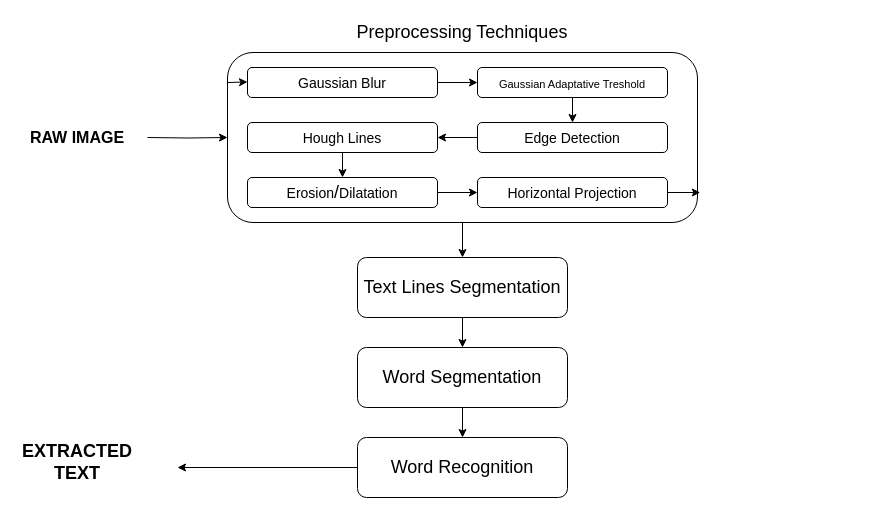
This is docs/diagram/diagram.drawio from Idalen/Leitor, a draw.io file, before an edit. Source tidied: cells renumbered, new cells numbered last; positions are measured from the earlier drawing's top-left corner, leaving out a move shared by most shapes. Both pictures are drawn from the tidied source at 100%, with x=0, y=0 at pixel (17, 17).
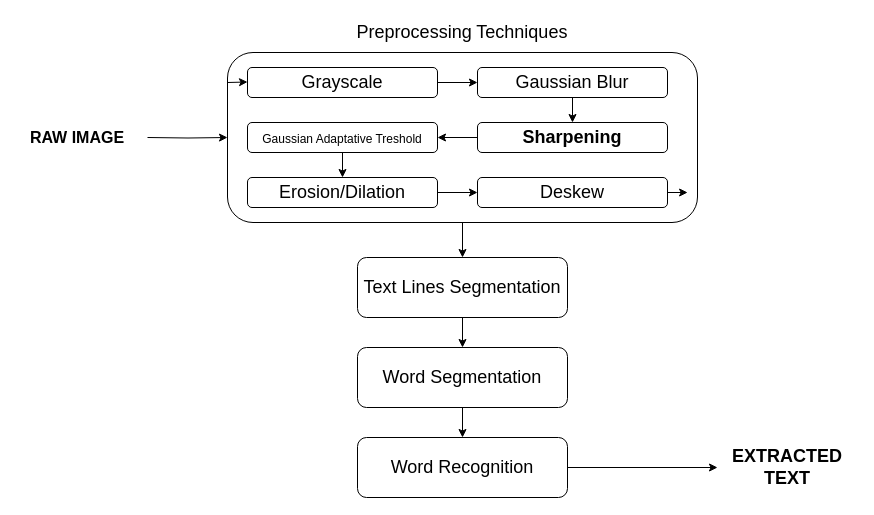
Above is the later version.

Unchanged cells that the change refers to:
```xml
<mxCell id="4" style="rounded=1;whiteSpace=wrap;html=1;fontSize=18;" parent="1" vertex="1">
  <mxGeometry x="210" y="35" width="470" height="170" as="geometry" />
</mxCell>
<mxCell id="25" value="&lt;font style=&quot;font-size: 18px;&quot;&gt;Word Recognition&lt;/font&gt;" style="rounded=1;whiteSpace=wrap;html=1;fontSize=14;" parent="1" vertex="1">
  <mxGeometry x="340" y="420" width="210" height="60" as="geometry" />
</mxCell>
```

Change to the diagram source:
```diff
@@
-    <mxCell id="7" value="&lt;font style=&quot;font-size: 14px;&quot;&gt;Gaussian Blur&lt;/font&gt;" style="rounded=1;whiteSpace=wrap;html=1;fontSize=18;" parent="1" vertex="1">
+    <mxCell id="7" value="Grayscale" style="rounded=1;whiteSpace=wrap;html=1;fontSize=18;" parent="1" vertex="1">
       <mxGeometry x="230" y="50" width="190" height="30" as="geometry" />
     </mxCell>
@@
-    <mxCell id="9" value="&lt;font style=&quot;font-size: 11px;&quot;&gt;Gaussian Adaptative Treshold&lt;/font&gt;" style="rounded=1;whiteSpace=wrap;html=1;fontSize=18;" parent="1" vertex="1">
+    <mxCell id="9" value="Gaussian Blur" style="rounded=1;whiteSpace=wrap;html=1;fontSize=18;" parent="1" vertex="1">
       <mxGeometry x="460" y="50" width="190" height="30" as="geometry" />
     </mxCell>
@@
-    <mxCell id="12" value="&lt;span style=&quot;font-weight: normal;&quot;&gt;&lt;font style=&quot;font-size: 14px;&quot;&gt;Edge Detection&lt;/font&gt;&lt;/span&gt;" style="rounded=1;whiteSpace=wrap;html=1;fontSize=18;fontStyle=1;" parent="1" vertex="1">
+    <mxCell id="12" value="Sharpening" style="rounded=1;whiteSpace=wrap;html=1;fontSize=18;fontStyle=1;" parent="1" vertex="1">
       <mxGeometry x="460" y="105" width="190" height="30" as="geometry" />
     </mxCell>
@@
-    <mxCell id="14" value="&lt;span style=&quot;font-weight: normal;&quot;&gt;&lt;font style=&quot;font-size: 14px;&quot;&gt;Hough Lines&lt;/font&gt;&lt;/span&gt;" style="rounded=1;whiteSpace=wrap;html=1;fontSize=18;fontStyle=1;" parent="1" vertex="1">
+    <mxCell id="14" value="&lt;font style=&quot;font-size: 12px;&quot;&gt;&lt;span style=&quot;font-weight: normal;&quot;&gt;Gaussian Adaptative Treshold&lt;/span&gt;&lt;/font&gt;" style="rounded=1;whiteSpace=wrap;html=1;fontSize=18;fontStyle=1;" parent="1" vertex="1">
       <mxGeometry x="230" y="105" width="190" height="30" as="geometry" />
     </mxCell>
-    <mxCell id="15" style="edgeStyle=orthogonalEdgeStyle;rounded=0;jettySize=auto;html=1;exitX=1;exitY=0.5;exitDx=0;exitDy=0;fontSize=14;" parent="1" edge="1" source="16" target="18">
-      <mxGeometry relative="1" as="geometry" />
-    </mxCell>
+    <mxCell id="28" style="edgeStyle=orthogonalEdgeStyle;rounded=0;jettySize=auto;html=1;exitX=1;exitY=0.5;exitDx=0;exitDy=0;fontSize=18;" parent="1" edge="1" source="16" target="31">
+      <mxGeometry relative="1" as="geometry" />
+    </mxCell>
-    <mxCell id="16" value="&lt;font style=&quot;font-size: 14px;&quot;&gt;Erosion&lt;/font&gt;/&lt;font style=&quot;font-size: 14px;&quot;&gt;Dilatation&lt;/font&gt;" style="rounded=1;whiteSpace=wrap;html=1;fontSize=18;" parent="1" vertex="1">
+    <mxCell id="16" value="Erosion/Dilation" style="rounded=1;whiteSpace=wrap;html=1;fontSize=18;" parent="1" vertex="1">
       <mxGeometry x="230" y="160" width="190" height="30" as="geometry" />
     </mxCell>
-    <mxCell id="17" style="edgeStyle=orthogonalEdgeStyle;rounded=0;jettySize=auto;html=1;exitX=1;exitY=0.5;exitDx=0;exitDy=0;entryX=1.006;entryY=0.824;entryDx=0;entryDy=0;entryPerimeter=0;fontSize=14;" parent="1" edge="1" source="18" target="4">
-      <mxGeometry relative="1" as="geometry" />
-    </mxCell>
-    <mxCell id="18" value="&lt;font style=&quot;font-size: 14px;&quot;&gt;Horizontal Projection&lt;/font&gt;" style="rounded=1;whiteSpace=wrap;html=1;fontSize=18;" parent="1" vertex="1">
-      <mxGeometry x="460" y="160" width="190" height="30" as="geometry" />
-    </mxCell>
@@
-    <mxCell id="24" style="edgeStyle=orthogonalEdgeStyle;rounded=0;jettySize=auto;html=1;exitX=0;exitY=0.5;exitDx=0;exitDy=0;fontSize=18;" parent="1" edge="1" source="25">
-      <mxGeometry relative="1" as="geometry">
-        <mxPoint x="160" y="450" as="targetPoint" />
-      </mxGeometry>
-    </mxCell>
+    <mxCell id="29" style="edgeStyle=orthogonalEdgeStyle;rounded=0;jettySize=auto;html=1;exitX=1;exitY=0.5;exitDx=0;exitDy=0;fontSize=18;" parent="1" edge="1" source="25" target="27">
+      <mxGeometry relative="1" as="geometry" />
+    </mxCell>
@@
     <mxCell id="27" value="&lt;b&gt;EXTRACTED TEXT&lt;/b&gt;" style="text;html=1;strokeColor=none;fillColor=none;align=center;verticalAlign=middle;whiteSpace=wrap;rounded=0;fontSize=18;" parent="1" vertex="1">
-      <mxGeometry y="430" width="120" height="30" as="geometry" />
+      <mxGeometry x="700" y="435" width="140" height="30" as="geometry" />
     </mxCell>
+    <mxCell id="30" style="edgeStyle=orthogonalEdgeStyle;rounded=0;jettySize=auto;html=1;exitX=1;exitY=0.5;exitDx=0;exitDy=0;entryX=0.979;entryY=0.824;entryDx=0;entryDy=0;entryPerimeter=0;fontSize=18;" parent="1" edge="1" source="31" target="4">
+      <mxGeometry relative="1" as="geometry" />
+    </mxCell>
+    <mxCell id="31" value="Deskew" style="rounded=1;whiteSpace=wrap;html=1;fontSize=18;" parent="1" vertex="1">
+      <mxGeometry x="460" y="160" width="190" height="30" as="geometry" />
+    </mxCell>
```
